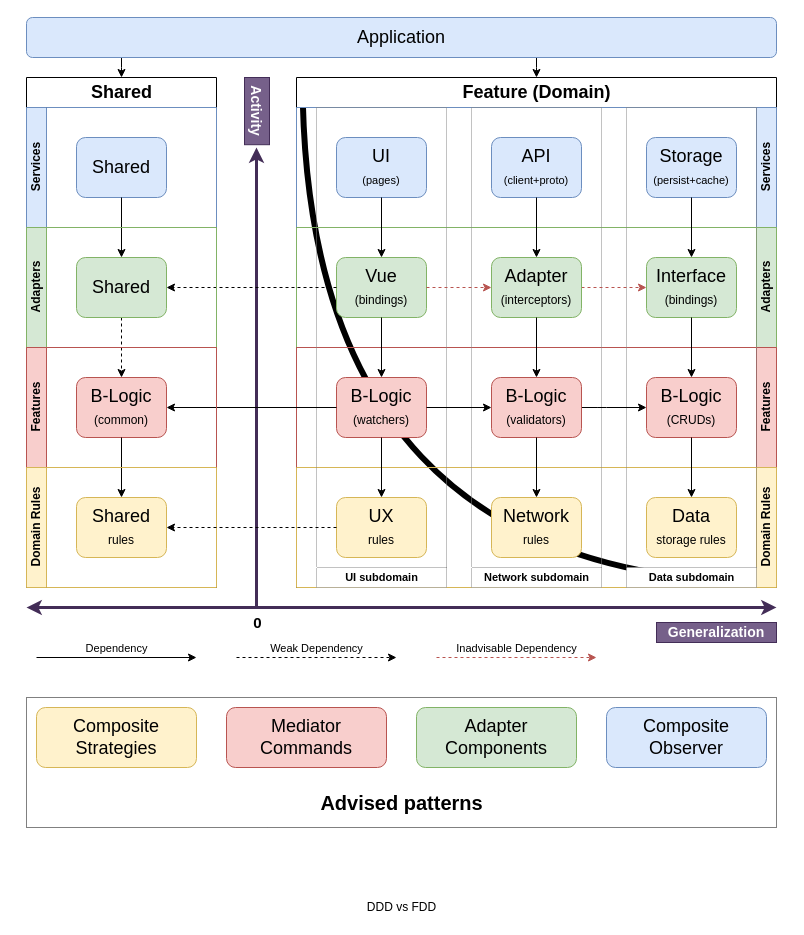
E-L-D-A/ELDA keeps this draw.io diagram as page "Layers" (2 of 3) of ELDA.drawio. Above is the earlier version. Source tidied: cells renumbered, new cells numbered last; positions are measured from the earlier drawing's top-left corner, leaving out a move shared by most shapes. Both pictures are drawn from the tidied source at 100%, with x=0, y=0 at pixel (26, 17).
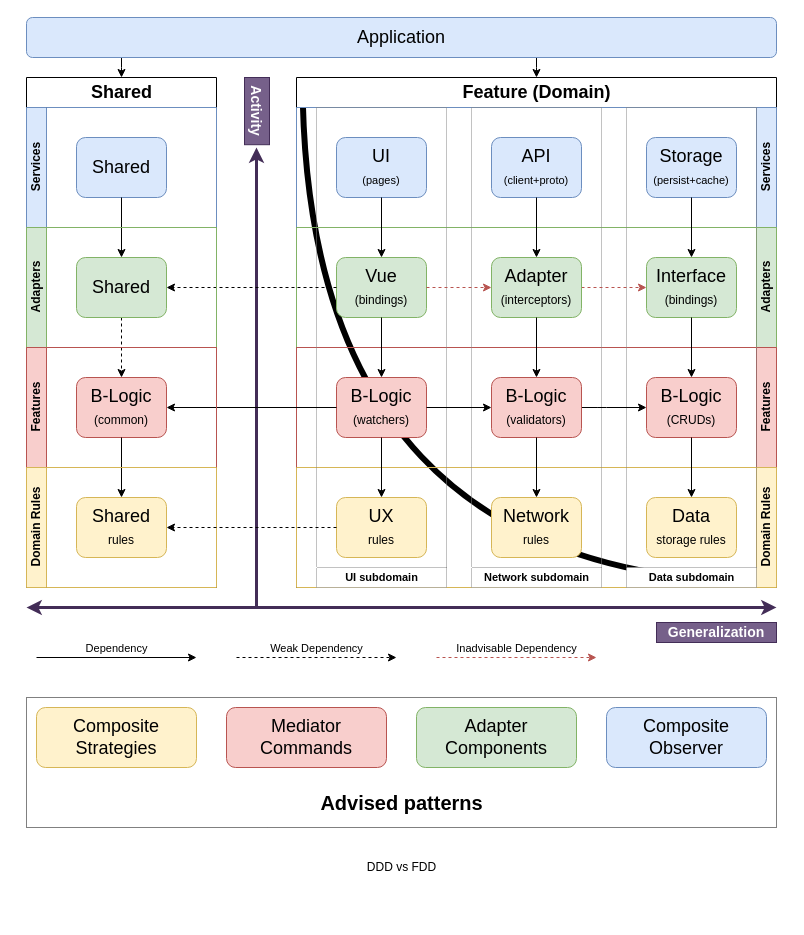
After the change.

Diff of the diagram source:
```diff
@@
-    <mxCell id="64" value="0" style="text;html=1;align=center;verticalAlign=middle;fontStyle=1;fontSize=15;" parent="1" vertex="1">
-      <mxGeometry x="220.5" y="595" width="20" height="20" as="geometry" />
-    </mxCell>
@@
     <mxCell id="81" value="DDD vs FDD" style="text;html=1;align=center;verticalAlign=middle;" parent="1" vertex="1">
-      <mxGeometry x="335" y="880" width="80" height="20" as="geometry" />
+      <mxGeometry x="335" y="840" width="80" height="20" as="geometry" />
     </mxCell>
```
